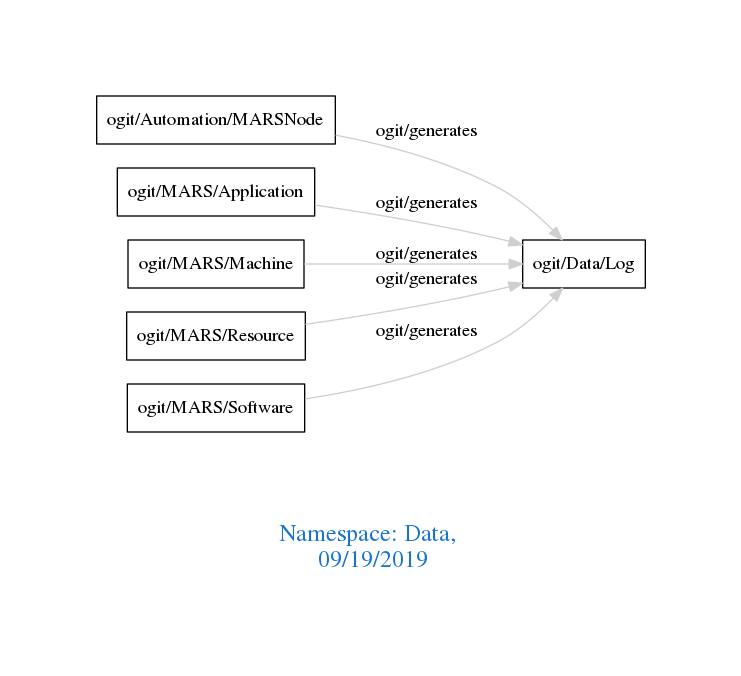
Before: downloads/Data.png, a diagram exported from Graphviz (arago/OGIT). Its source is kept beside it as downloads/Data.dot.
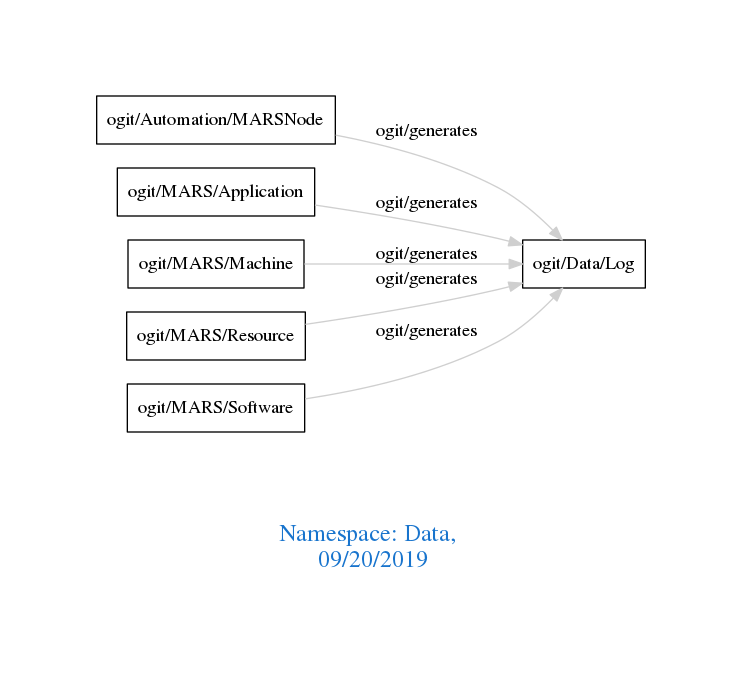
The same file after the commit.

The edit, as a diff of the source:
```diff
@@ -1,7 +1,7 @@
 digraph OGIT_ontology {
  graph [ rankdir= LR,pad=1
 fontsize = 18,
-fontcolor= dodgerblue3,label = "\n\n\nNamespace: Data, \n 09/19/2019"];
+fontcolor= dodgerblue3,label = "\n\n\nNamespace: Data, \n 09/20/2019"];
 node[shape=polygon];
 edge [  color="gray81"];
 
```
